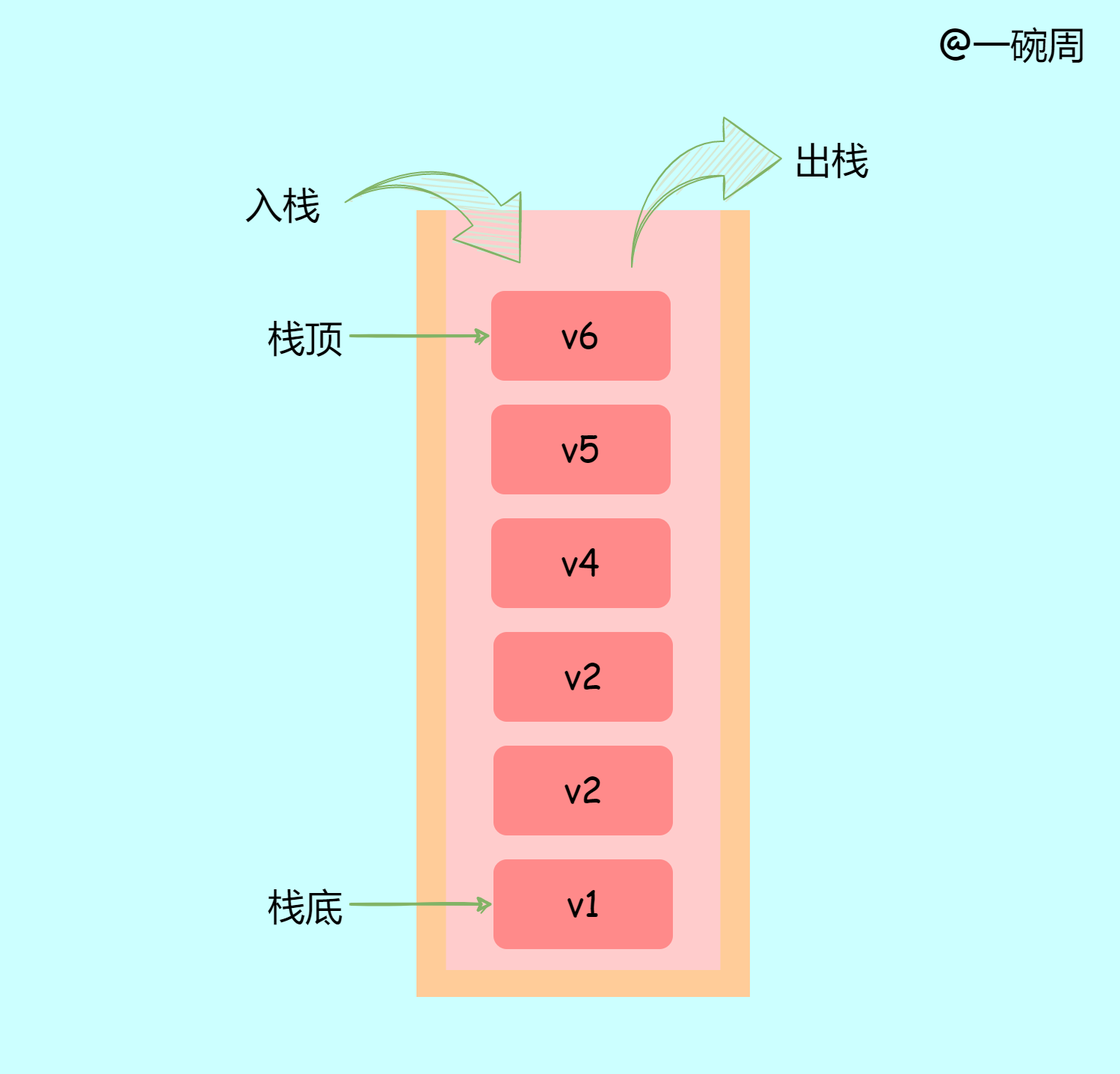
Above: 数据结构/stack/image/什么是栈.png in ywanzhou/play-algorithm (draw.io), before the change. Source tidied: cells renumbered, new cells last; positions are measured from the earlier drawing's top-left corner, leaving out a move shared by most shapes.
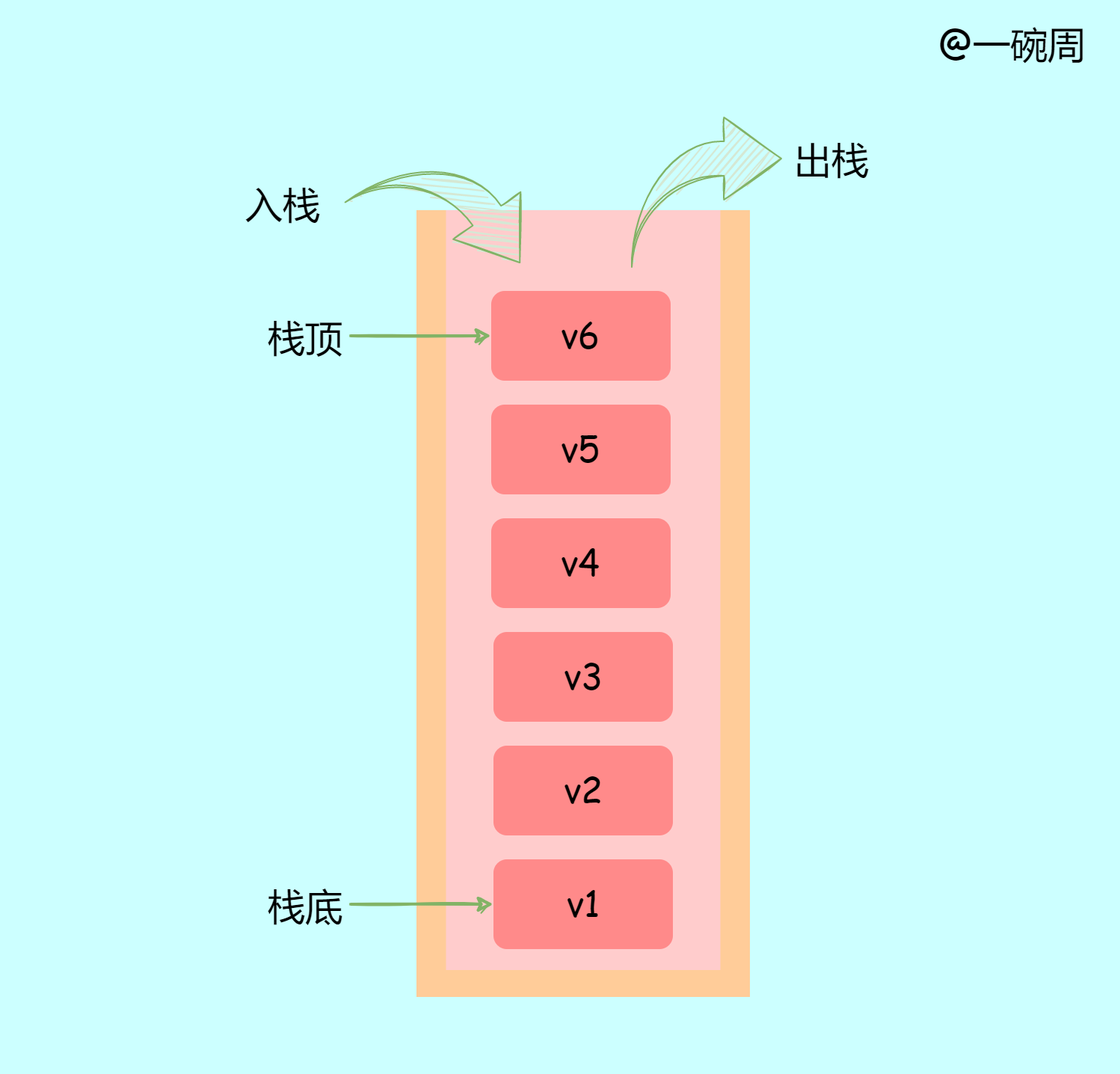
The same file after the commit.

Diff of the diagram source:
```diff
@@ -17,7 +17,7 @@
     <mxCell id="6" value="&lt;font style=&quot;font-size: 24px&quot; face=&quot;Comic Sans MS&quot;&gt;v2&lt;/font&gt;" style="rounded=1;whiteSpace=wrap;html=1;fillColor=#FF8A8A;strokeColor=none;" parent="1" vertex="1">
       <mxGeometry x="329.5" y="498" width="120" height="60" as="geometry" />
     </mxCell>
-    <mxCell id="7" value="&lt;font style=&quot;font-size: 24px&quot; face=&quot;Comic Sans MS&quot;&gt;v2&lt;/font&gt;" style="rounded=1;whiteSpace=wrap;html=1;fillColor=#FF8A8A;strokeColor=none;" parent="1" vertex="1">
+    <mxCell id="7" value="&lt;font style=&quot;font-size: 24px&quot; face=&quot;Comic Sans MS&quot;&gt;v3&lt;/font&gt;" style="rounded=1;whiteSpace=wrap;html=1;fillColor=#FF8A8A;strokeColor=none;" parent="1" vertex="1">
       <mxGeometry x="329.5" y="422" width="120" height="60" as="geometry" />
     </mxCell>
     <mxCell id="8" value="&lt;font style=&quot;font-size: 24px&quot; face=&quot;Comic Sans MS&quot;&gt;v4&lt;/font&gt;" style="rounded=1;whiteSpace=wrap;html=1;fillColor=#FF8A8A;strokeColor=none;" parent="1" vertex="1">
```
